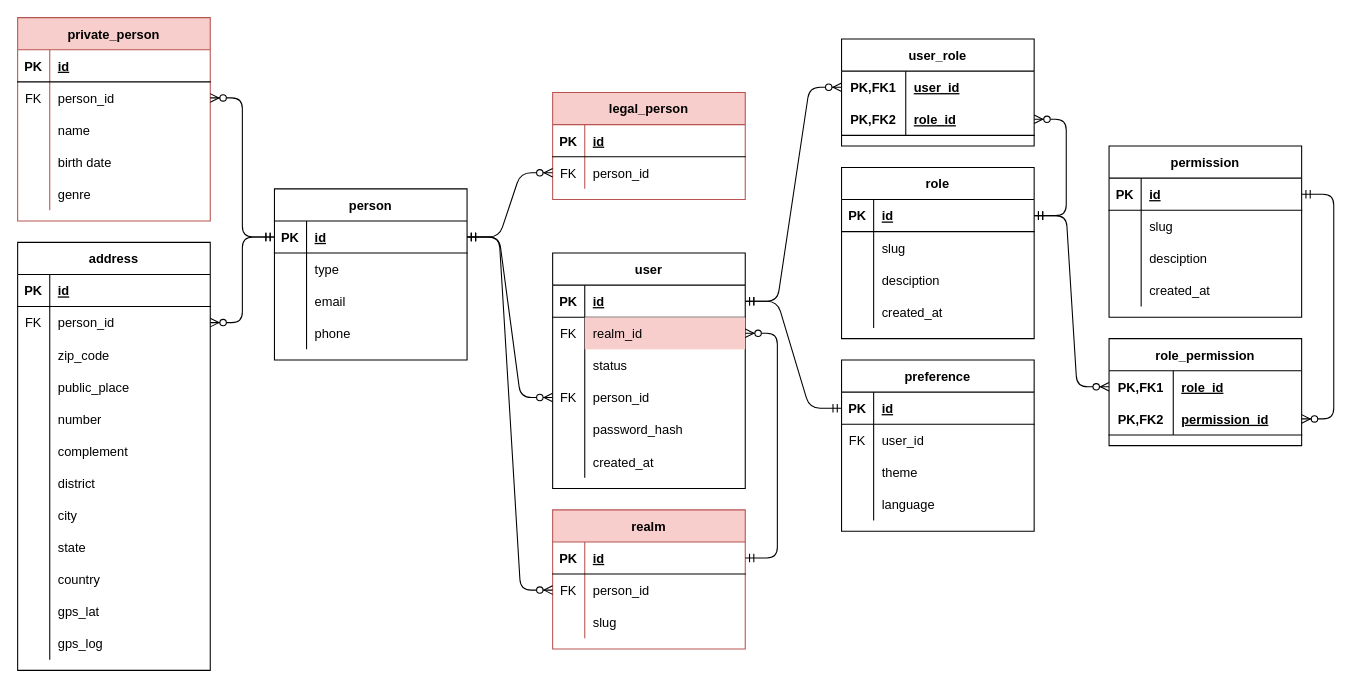
Before: doc/baseacl.drawio in rafaelaraujobr/baseacl, a draw.io diagram. Source tidied: cells renumbered, new cells numbered last; positions are measured from the earlier drawing's top-left corner, leaving out a move shared by most shapes. Both pictures are drawn from the tidied source at 107%, with x=0, y=0 at pixel (17, 17).
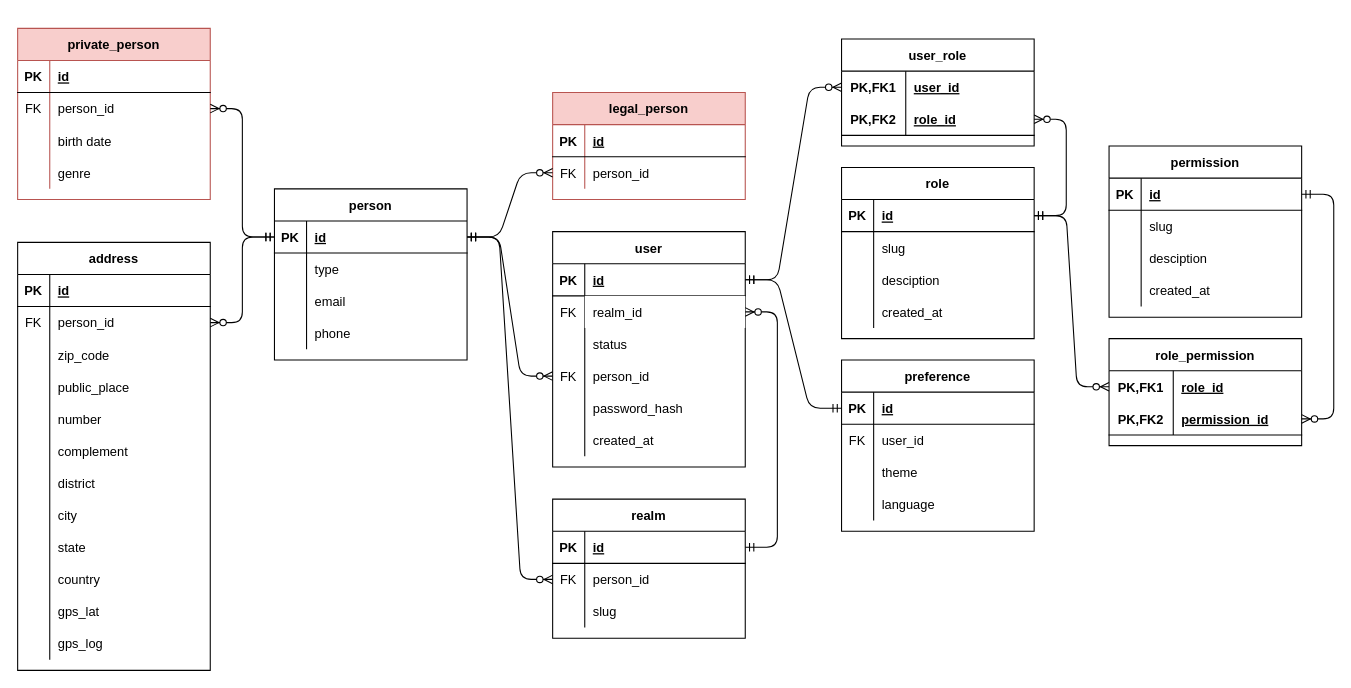
The same page after the edit.

Unchanged cells that the change refers to:
```xml
<mxCell id="6" style="shape=partialRectangle;fillColor=none;top=0;left=0;bottom=0;right=0;points=[[0,0.5],[1,0.5]];portConstraint=eastwest;" parent="2" vertex="1">
  <mxGeometry y="60" width="180" height="30" as="geometry" />
</mxCell>
```

What changed in the source:
```diff
@@
     <mxCell id="2" value="user" style="shape=table;startSize=30;childLayout=tableLayout;rowLines=0;fontStyle=1;align=center;" parent="1" vertex="1">
-      <mxGeometry x="500" y="220" width="180" height="220" as="geometry" />
+      <mxGeometry x="500" y="200" width="180" height="220" as="geometry" />
     </mxCell>
@@
-    <mxCell id="8" value="realm_id" style="shape=partialRectangle;fillColor=#f8cecc;top=0;left=0;bottom=0;right=0;align=left;spacingLeft=6;overflow=hidden;strokeColor=#b85450;" parent="6" vertex="1">
+    <mxCell id="8" value="realm_id" style="shape=partialRectangle;top=0;left=0;bottom=0;right=0;align=left;spacingLeft=6;overflow=hidden;" parent="6" vertex="1">
       <mxGeometry x="30" width="150" height="30" as="geometry" />
     </mxCell>
@@
     <mxCell id="129" value="private_person" style="shape=table;startSize=30;childLayout=tableLayout;rowLines=0;fontStyle=1;align=center;fillColor=#f8cecc;strokeColor=#b85450;" parent="1" vertex="1">
-      <mxGeometry width="180" height="190" as="geometry" />
+      <mxGeometry y="10" width="180" height="160" as="geometry" />
     </mxCell>
@@
-    <mxCell id="136" style="shape=partialRectangle;fillColor=none;top=0;left=0;bottom=0;right=0;" parent="129" vertex="1">
-      <mxGeometry y="90" width="180" height="30" as="geometry" />
-    </mxCell>
-    <mxCell id="137" style="shape=partialRectangle;fillColor=none;top=0;left=0;bottom=0;right=0;overflow=hidden;" parent="136" vertex="1">
-      <mxGeometry width="30" height="30" as="geometry" />
-    </mxCell>
-    <mxCell id="138" value="name" style="shape=partialRectangle;fillColor=none;top=0;left=0;bottom=0;right=0;align=left;spacingLeft=6;overflow=hidden;" parent="136" vertex="1">
-      <mxGeometry x="30" width="150" height="30" as="geometry" />
-    </mxCell>
     <mxCell id="139" style="shape=partialRectangle;fillColor=none;top=0;left=0;bottom=0;right=0;" parent="129" vertex="1">
-      <mxGeometry y="120" width="180" height="30" as="geometry" />
+      <mxGeometry y="90" width="180" height="30" as="geometry" />
     </mxCell>
@@
     <mxCell id="142" style="shape=partialRectangle;fillColor=none;top=0;left=0;bottom=0;right=0;" parent="129" vertex="1">
-      <mxGeometry y="150" width="180" height="30" as="geometry" />
+      <mxGeometry y="120" width="180" height="30" as="geometry" />
     </mxCell>
@@
-    <mxCell id="154" value="realm" style="shape=table;startSize=30;childLayout=tableLayout;rowLines=0;fontStyle=1;align=center;fillColor=#f8cecc;strokeColor=#b85450;" parent="1" vertex="1">
-      <mxGeometry x="500" y="460" width="180" height="130" as="geometry" />
+    <mxCell id="154" value="realm" style="shape=table;startSize=30;childLayout=tableLayout;rowLines=0;fontStyle=1;align=center;" parent="1" vertex="1">
+      <mxGeometry x="500" y="450" width="180" height="130" as="geometry" />
     </mxCell>
```
